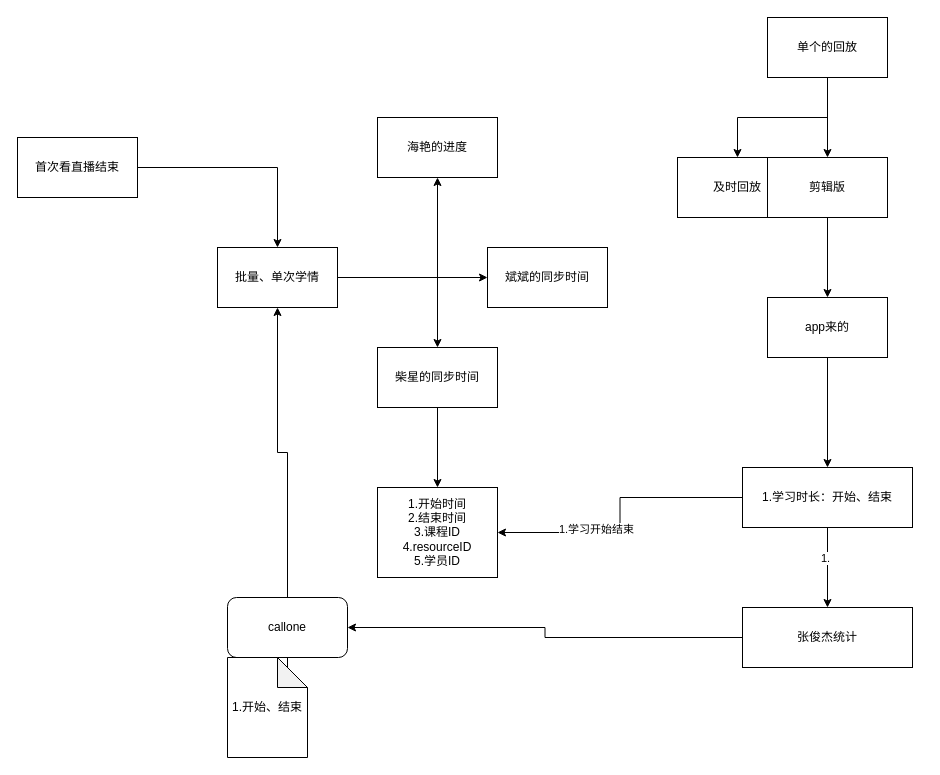
lxp521125/pic keeps this draw.io diagram as 2021年2月26日-直播.drawio. Above is the earlier version. Source tidied: cells renumbered, new cells numbered last; positions are measured from the earlier drawing's top-left corner, leaving out a move shared by most shapes. Both pictures are drawn from the tidied source at 100%, with x=0, y=0 at pixel (17, 17).
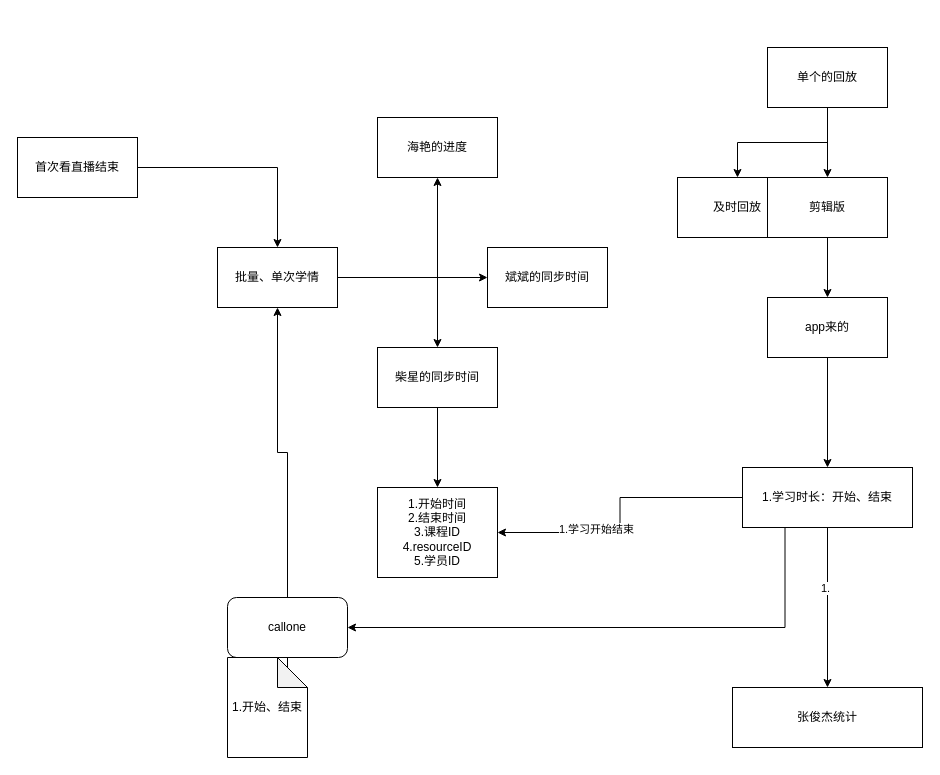
The same page after the edit.

Commit message (it also covers changes not shown here):
Update 2021年2月26日-直播.drawio

The change refers to these unchanged cells:
```xml
<mxCell id="25" value="1.学习时长：开始、结束&lt;br&gt;" style="rounded=0;whiteSpace=wrap;html=1;" parent="1" vertex="1">
  <mxGeometry x="725" y="450" width="170" height="60" as="geometry" />
</mxCell>
<mxCell id="30" value="callone" style="rounded=1;whiteSpace=wrap;html=1;" parent="1" vertex="1">
  <mxGeometry x="210" y="580" width="120" height="60" as="geometry" />
</mxCell>
```

Change to the diagram source:
```diff
@@
     <mxCell id="14" value="单个的回放" style="rounded=0;whiteSpace=wrap;html=1;" parent="1" vertex="1">
-      <mxGeometry x="750" width="120" height="60" as="geometry" />
+      <mxGeometry x="750" y="30" width="120" height="60" as="geometry" />
     </mxCell>
     <mxCell id="15" value="及时回放" style="rounded=0;whiteSpace=wrap;html=1;" parent="1" vertex="1">
-      <mxGeometry x="660" y="140" width="120" height="60" as="geometry" />
+      <mxGeometry x="660" y="160" width="120" height="60" as="geometry" />
     </mxCell>
@@
     <mxCell id="17" value="剪辑版" style="rounded=0;whiteSpace=wrap;html=1;" parent="1" vertex="1">
-      <mxGeometry x="750" y="140" width="120" height="60" as="geometry" />
+      <mxGeometry x="750" y="160" width="120" height="60" as="geometry" />
     </mxCell>
@@
-    <mxCell id="26" style="edgeStyle=orthogonalEdgeStyle;rounded=0;jettySize=auto;html=1;entryX=1;entryY=0.5;entryDx=0;entryDy=0;" parent="1" edge="1" source="27" target="30">
-      <mxGeometry relative="1" as="geometry" />
+    <mxCell id="26" style="edgeStyle=orthogonalEdgeStyle;rounded=0;jettySize=auto;html=1;entryX=1;entryY=0.5;entryDx=0;entryDy=0;exitX=0.25;exitY=1;exitDx=0;exitDy=0;" parent="1" edge="1" source="25" target="30">
+      <mxGeometry relative="1" as="geometry">
+        <Array as="points">
+          <mxPoint x="768" y="610" />
+        </Array>
+      </mxGeometry>
     </mxCell>
     <mxCell id="27" value="张俊杰统计" style="rounded=0;whiteSpace=wrap;html=1;" parent="1" vertex="1">
-      <mxGeometry x="725" y="590" width="170" height="60" as="geometry" />
+      <mxGeometry x="715" y="670" width="190" height="60" as="geometry" />
     </mxCell>
```
